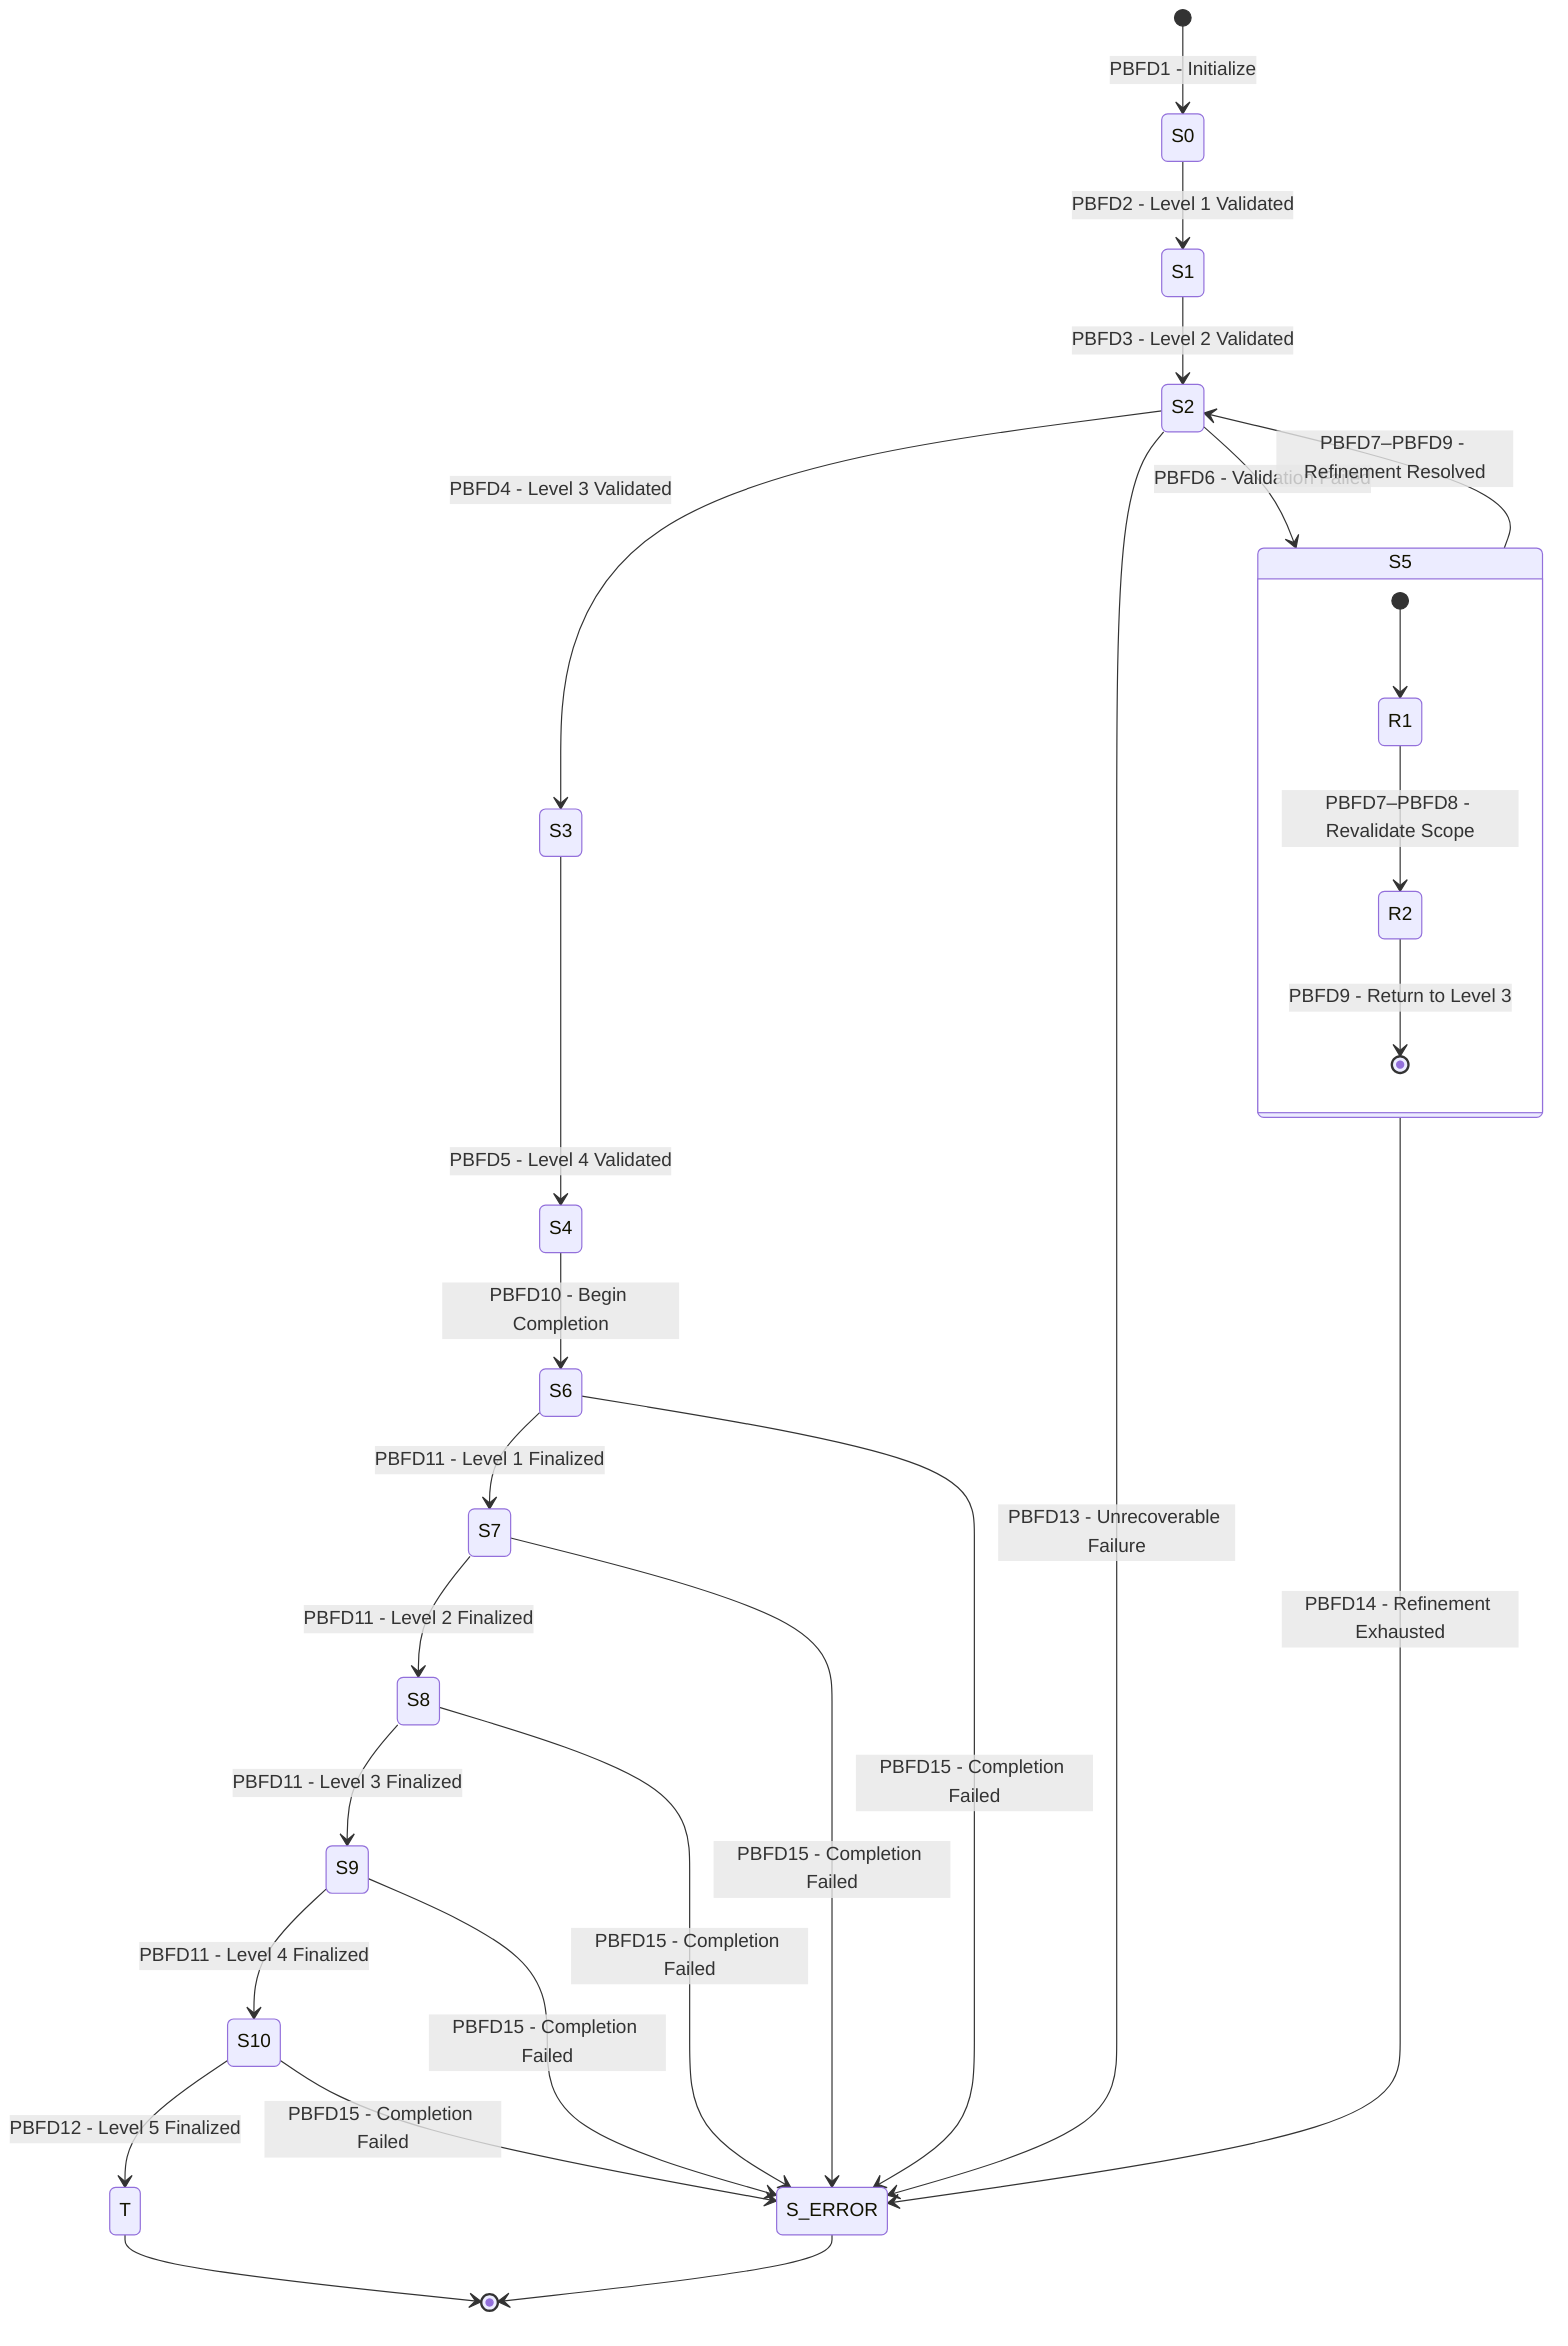
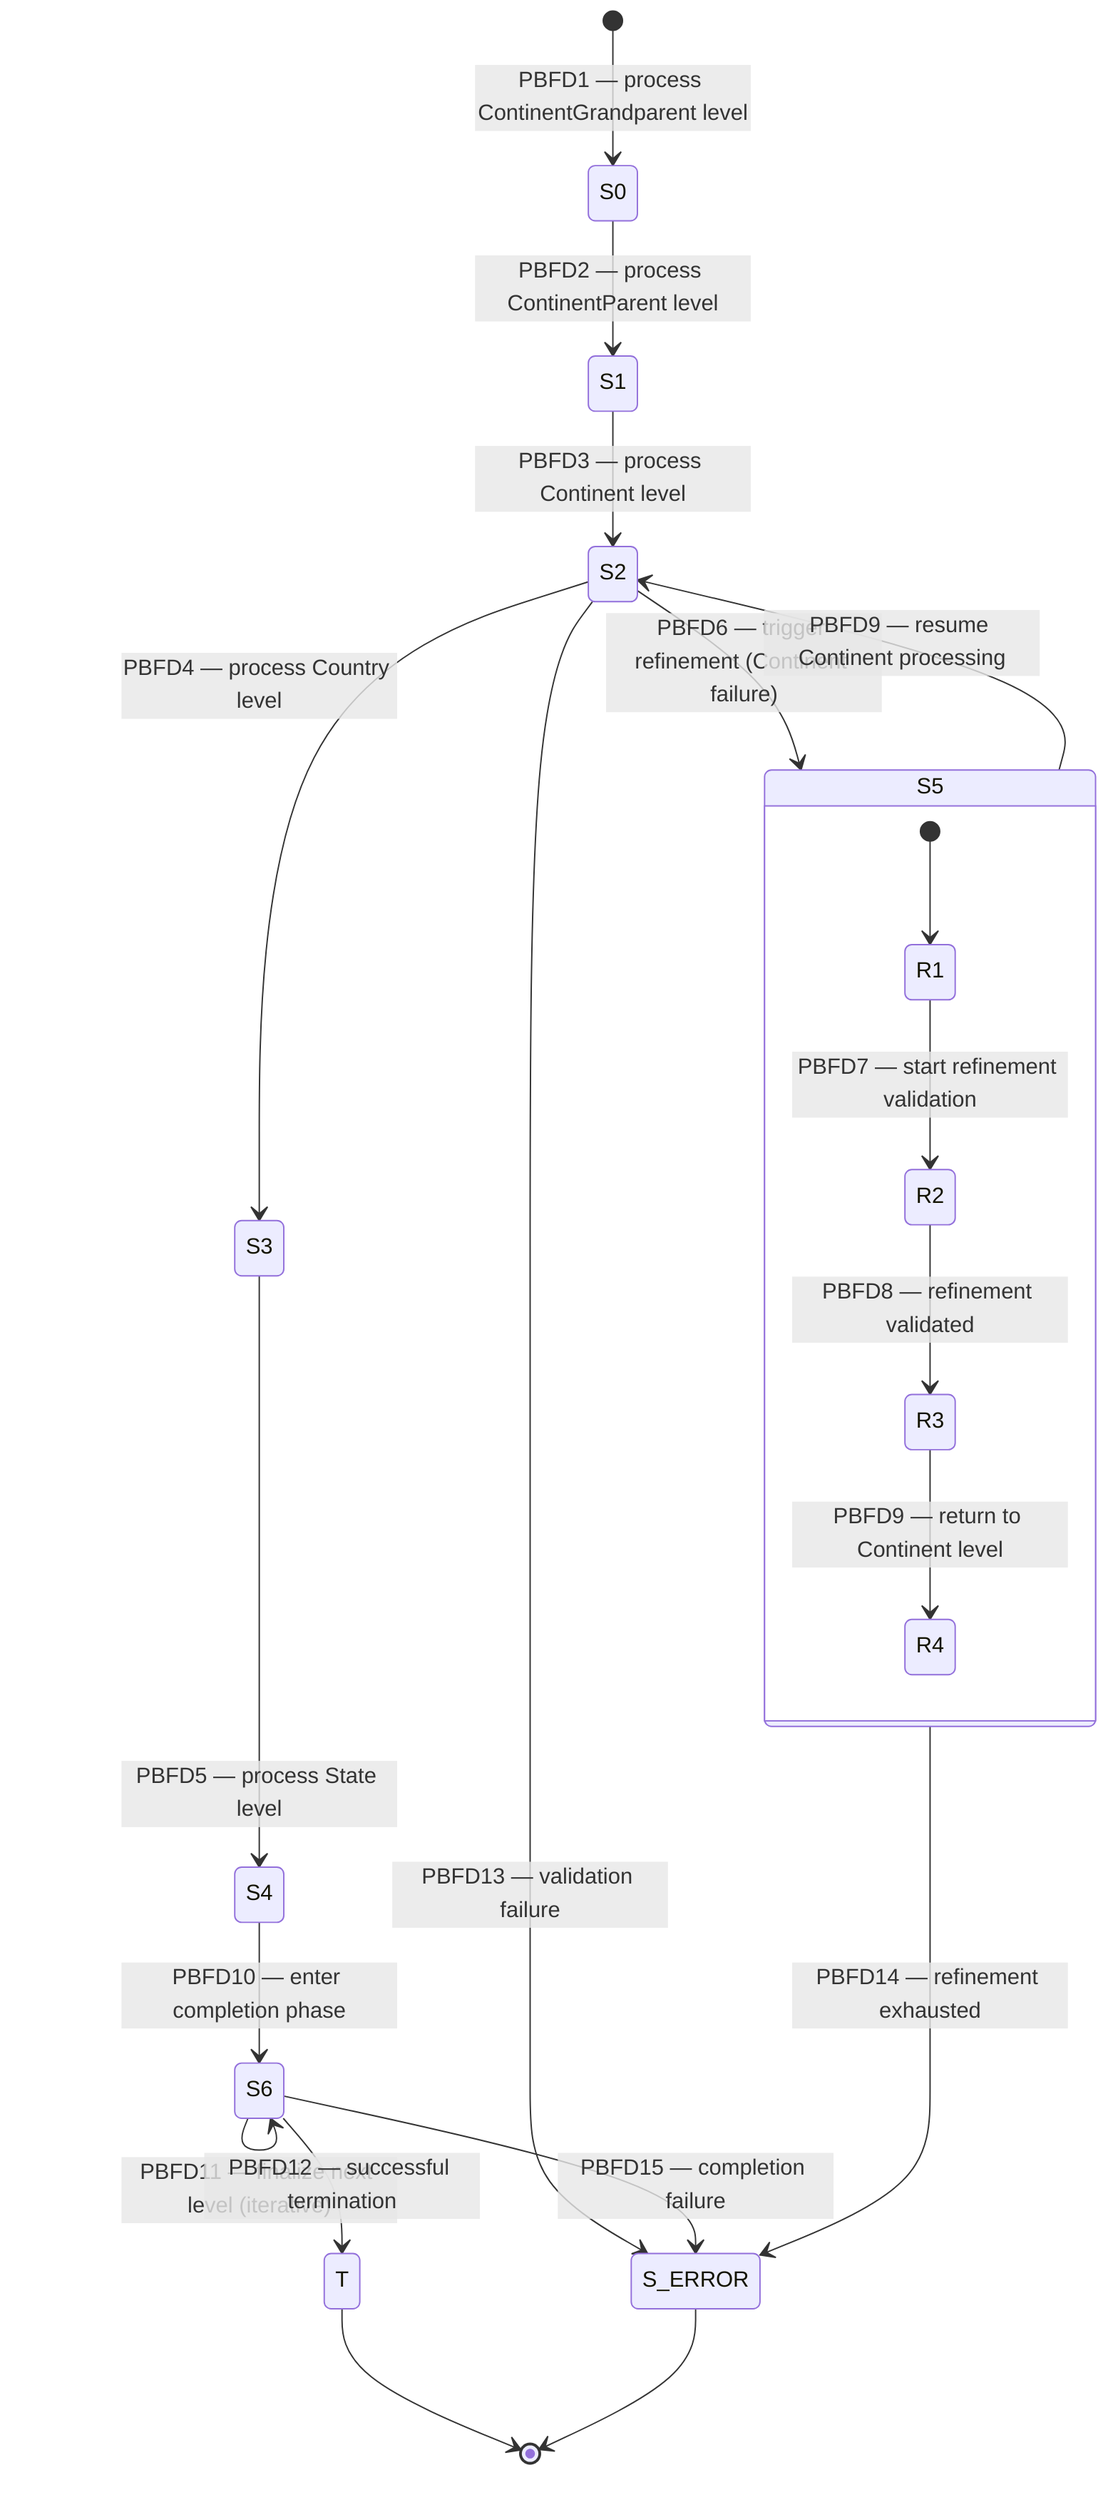
stateDiagram-v2
    direction TB
-     [*] --> S0: PBFD1 - Initialize

-     state S0: Process & Validate Level 1\n(ContinentGrandparent)
-     state S1: Process & Validate Level 2\n(ContinentParent)
-     state S2: Process & Validate Level 3\n(Continent)
-     state S3: Process & Validate Level 4\n(Country)
-     state S4: Process & Validate Level 5\n(State)
+     %% =========================
+     %% Initialization (Grandparent)
+     %% =========================
+     [*] --> S0: PBFD1 — process ContinentGrandparent level

-     S0 --> S1: PBFD2 - Level 1 Validated
-     S1 --> S2: PBFD3 - Level 2 Validated
-     S2 --> S3: PBFD4 - Level 3 Validated
-     S3 --> S4: PBFD5 - Level 4 Validated
+     state S0: S0 — ContinentGrandparent processing (Level 1)
+     S0 --> S1: PBFD2 — process ContinentParent level

-     S2 --> S5: PBFD6 - Validation Failed
-     S2 --> S_ERROR: PBFD13 - Unrecoverable Failure
+     %% =========================
+     %% Parent Level
+     %% =========================
+     state S1: S1 — ContinentParent processing (Level 2)
+     S1 --> S2: PBFD3 — process Continent level

+     %% =========================
+     %% Continent Level
+     %% =========================
+     state S2: S2 — Continent processing (Level 3)
+ 
+     S2 --> S3: PBFD4 — process Country level
+     S3 --> S4: PBFD5 — process State level
+     S4 --> S6: PBFD10 — enter completion phase
+ 
+     %% Refinement trigger paths
+     S2 --> S5: PBFD6 — trigger refinement (Continent failure)
+     S2 --> S_ERROR: PBFD13 — validation failure
+ 
+     %% =========================
+     %% Refinement State S5 (FULLY RESTORED)
+     %% =========================
    state S5 {
+         direction TB
+ 
        [*] --> R1

-         state R1: Refinement Scope [1,3]
-         state R2: Progressive Revalidation\n(j = 1 → 2 → 3)
+         state R1: S1_ref(1,3) — refine ContinentGrandparent scope
+         state R2: S2_ref(1,3) — validate refined pattern
+         state R3: S3_rdep(1,3) — resolve refinement depth
+         state R4: exit refinement

-         R1 --> R2: PBFD7–PBFD8 - Revalidate Scope
-         R2 --> [*]: PBFD9 - Return to Level 3
+         R1 --> R2: PBFD7 — start refinement validation
+         R2 --> R3: PBFD8 — refinement validated
+         R3 --> R4: PBFD9 — return to Continent level
    }

-     state S5: Refinement\n(Continent-Level Failure)
+     S5 --> S2: PBFD9 — resume Continent processing
+     S5 --> S_ERROR: PBFD14 — refinement exhausted

-     S5 --> S2: PBFD7–PBFD9 - Refinement Resolved
-     S5 --> S_ERROR: PBFD14 - Refinement Exhausted
+     %% =========================
+     %% Completion Phase
+     %% =========================
+     state S6: S6 — Top-Down Completion (Level 1–5 collapsed)

-     S4 --> S6: PBFD10 - Begin Completion
+     S6 --> S6: PBFD11 — finalize next level (iterative)
+     S6 --> T: PBFD12 — successful termination
+     S6 --> S_ERROR: PBFD15 — completion failure

-     state S6: Finalize Level 1\n(ContinentGrandparent)
-     state S7: Finalize Level 2\n(ContinentParent)
-     state S8: Finalize Level 3\n(Continent)
-     state S9: Finalize Level 4\n(Country)
-     state S10: Finalize Level 5\n(State)
+     %% =========================
+     %% Terminals
+     %% =========================
+     state T: Success — all nodes finalized (∀n∈V: P(n)=2)
+     T --> [*]

-     S6 --> S7: PBFD11 - Level 1 Finalized
-     S7 --> S8: PBFD11 - Level 2 Finalized
-     S8 --> S9: PBFD11 - Level 3 Finalized
-     S9 --> S10: PBFD11 - Level 4 Finalized
-     S10 --> T: PBFD12 - Level 5 Finalized
- 
-     S6 --> S_ERROR: PBFD15 - Completion Failed
-     S7 --> S_ERROR: PBFD15 - Completion Failed
-     S8 --> S_ERROR: PBFD15 - Completion Failed
-     S9 --> S_ERROR: PBFD15 - Completion Failed
-     S10 --> S_ERROR: PBFD15 - Completion Failed
- 
-     state T: Success\n(All nodes finalized)
-     state S_ERROR: Failure\n(Refinement exhausted / unrecoverable)
- 
-     T --> [*]
+     state S_ERROR: Failure Termination
    S_ERROR --> [*]
